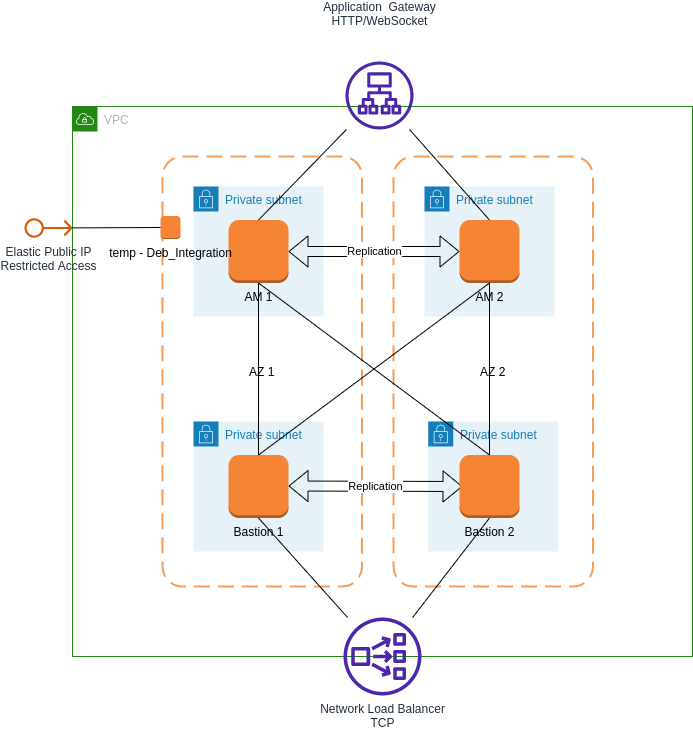
Earlier version of the draw.io export Terraform/Deploying/aws/02-Advanced/2AM-2SM-LB/AWS_2AM-2SM-LB.drawio.png (wallix/Automation_Showroom). Source tidied: cells renumbered, new cells last; positions are measured from the earlier drawing's top-left corner, leaving out a move shared by most shapes.
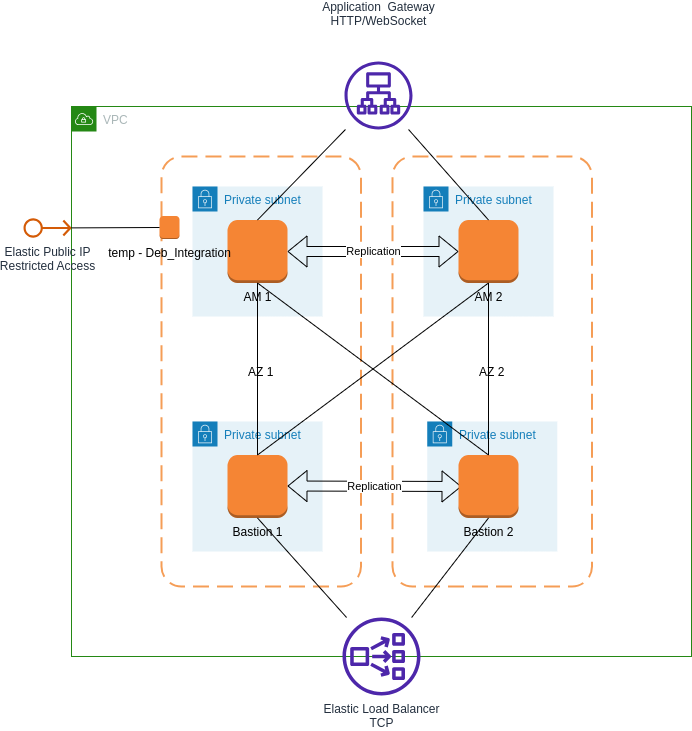
Above is the later version.

The edit, as a diff of the source:
```diff
@@ -68,7 +68,7 @@
     <mxCell id="22" style="endArrow=none;html=1;rounded=0;exitX=0.5;exitY=0;exitDx=0;exitDy=0;exitPerimeter=0;" parent="1" edge="1" source="7" target="20">
       <mxGeometry relative="1" as="geometry" />
     </mxCell>
-    <mxCell id="23" value="Network Load Balancer&lt;br&gt;TCP" style="sketch=0;outlineConnect=0;fontColor=#232F3E;gradientColor=none;fillColor=#4D27AA;strokeColor=none;dashed=0;verticalLabelPosition=bottom;verticalAlign=top;align=center;html=1;fontSize=12;fontStyle=0;shape=mxgraph.aws4.network_load_balancer;" parent="1" vertex="1">
+    <mxCell id="23" value="Elastic Load Balancer&lt;br&gt;TCP" style="sketch=0;outlineConnect=0;fontColor=#232F3E;gradientColor=none;fillColor=#4D27AA;strokeColor=none;dashed=0;verticalLabelPosition=bottom;verticalAlign=top;align=center;html=1;fontSize=12;fontStyle=0;shape=mxgraph.aws4.network_load_balancer;" parent="1" vertex="1">
       <mxGeometry x="319" y="556" width="78" height="78" as="geometry" />
     </mxCell>
     <mxCell id="24" style="endArrow=none;html=1;rounded=0;entryX=0.5;entryY=1;entryDx=0;entryDy=0;entryPerimeter=0;" parent="1" edge="1" source="23" target="10">
```
